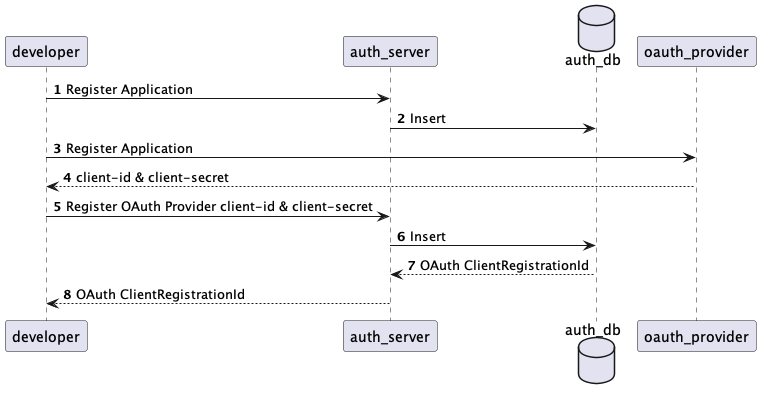
Before: docs/usecase.png, a diagram exported from PlantUML (PARKPARKWOO/auth-server). Source of this version:
```plantuml
@startuml

autonumber
developer -> auth_server: Register Application
database auth_db
auth_server -> auth_db: Insert
developer -> oauth_provider: Register Application
oauth_provider --> developer: client-id & client-secret
developer -> auth_server: Register OAuth Provider client-id & client-secret
auth_server -> auth_db: Insert
auth_db --> auth_server: OAuth ClientRegistrationId
auth_server --> developer: OAuth ClientRegistrationId
@enduml
```
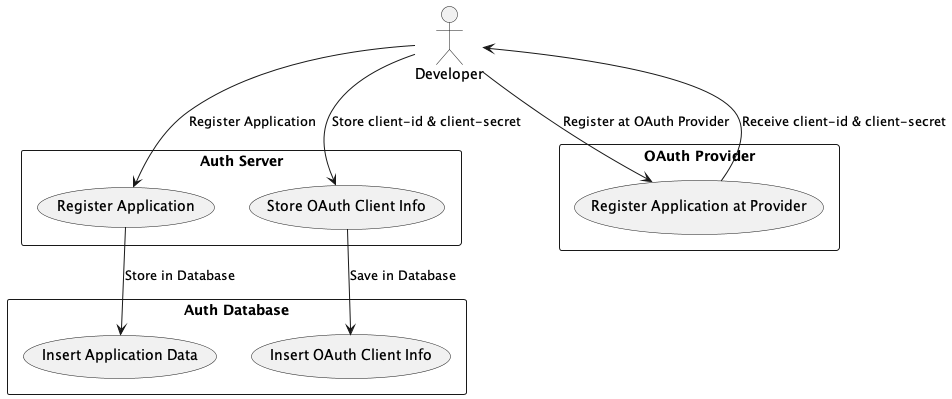
The same diagram one commit later.

What changed in the source:
```diff
@@ -1,13 +1,25 @@
 @startuml
+actor Developer
 
-autonumber
-developer -> auth_server: Register Application
-database auth_db
-auth_server -> auth_db: Insert
-developer -> oauth_provider: Register Application
-oauth_provider --> developer: client-id & client-secret
-developer -> auth_server: Register OAuth Provider client-id & client-secret
-auth_server -> auth_db: Insert
-auth_db --> auth_server: OAuth ClientRegistrationId
-auth_server --> developer: OAuth ClientRegistrationId
+rectangle "Auth Server" {
+    usecase "Register Application" as UC_RegisterApp
+    usecase "Store OAuth Client Info" as UC_StoreClientInfo
+}
+
+rectangle "OAuth Provider" {
+    usecase "Register Application at Provider" as UC_RegisterAtProvider
+}
+
+rectangle "Auth Database" {
+    usecase "Insert Application Data" as UC_InsertAppData
+    usecase "Insert OAuth Client Info" as UC_InsertClientInfo
+}
+
+Developer --> UC_RegisterApp : "Register Application"
+UC_RegisterApp --> UC_InsertAppData : "Store in Database"
+Developer --> UC_RegisterAtProvider : "Register at OAuth Provider"
+UC_RegisterAtProvider --> Developer : "Receive client-id & client-secret"
+Developer --> UC_StoreClientInfo : "Store client-id & client-secret"
+UC_StoreClientInfo --> UC_InsertClientInfo : "Save in Database"
+
 @enduml
```
